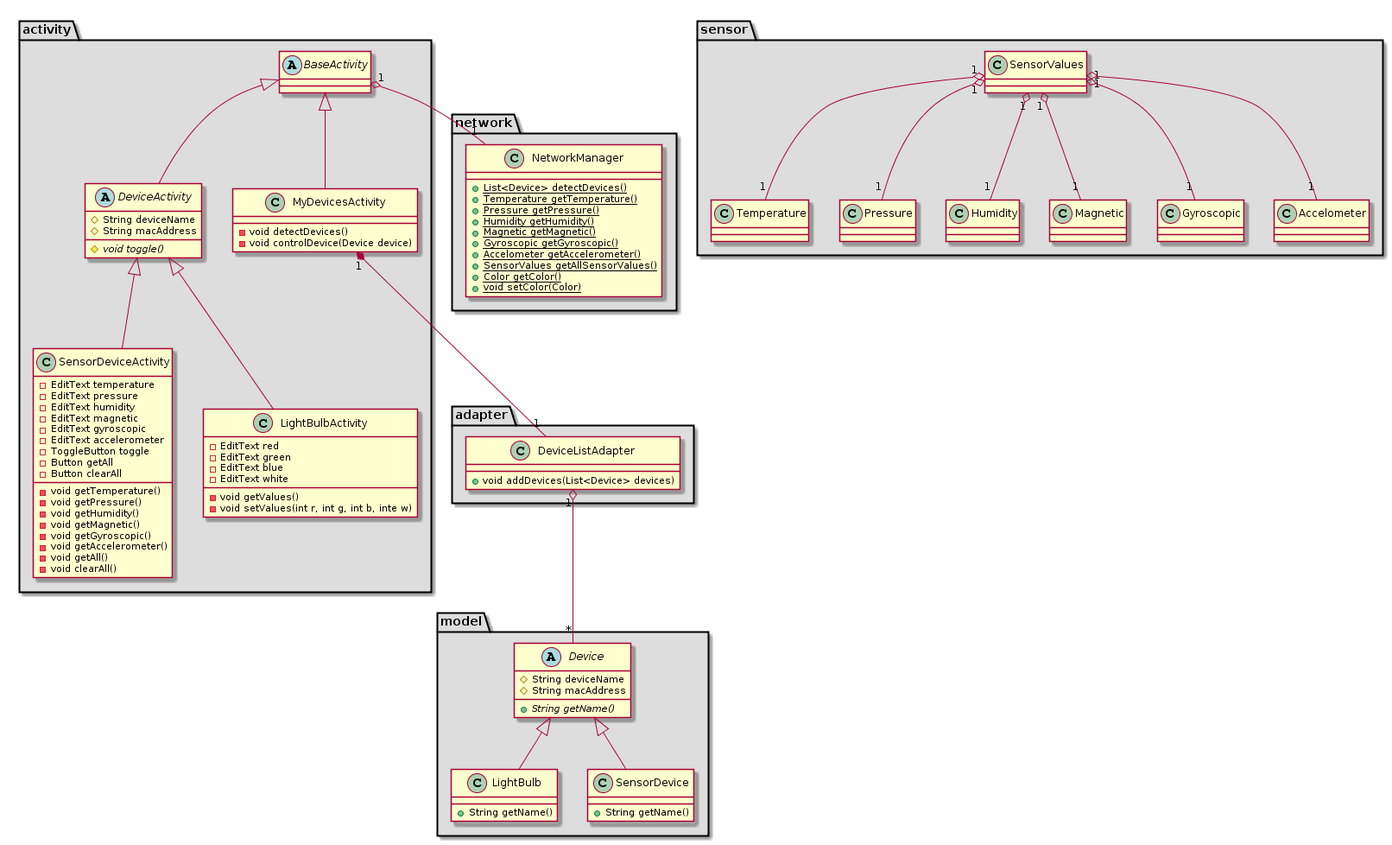
Earlier version of the PlantUML export docs/STLDD/class_diagram.png (ockka/ETSN05-Group2).
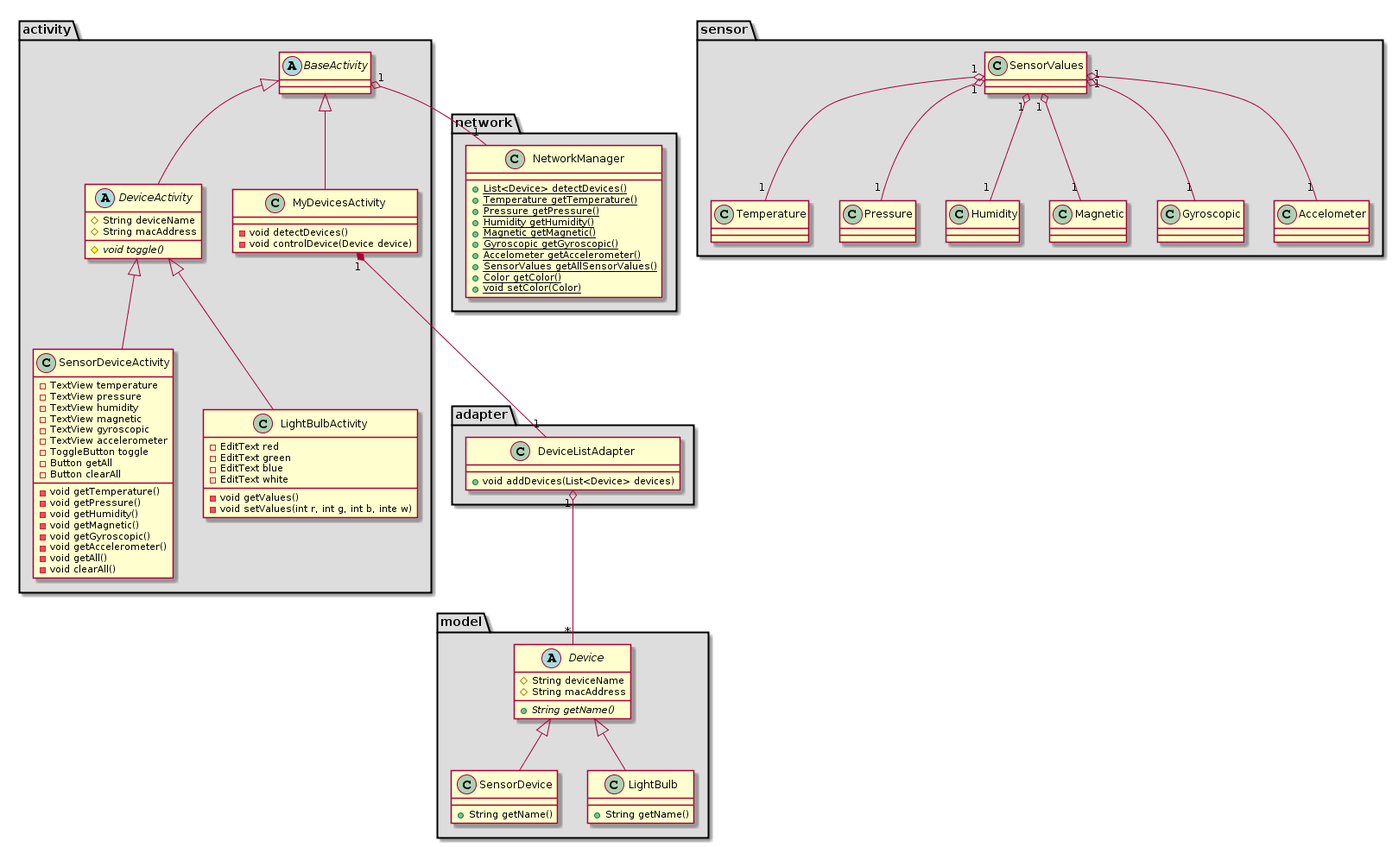
After the commit.

Commit message:
PUSS154214 v0.1: Changed EditText to TextView in SensorDeviceActivity

Diff of the diagram source:
```diff
@@ -55,12 +55,12 @@
 }
 
 class SensorDeviceActivity{
- -EditText temperature
- -EditText pressure
- -EditText humidity
- -EditText magnetic
- -EditText gyroscopic
- -EditText accelerometer
+ -TextView temperature
+ -TextView pressure
+ -TextView humidity
+ -TextView magnetic
+ -TextView gyroscopic
+ -TextView accelerometer
  -ToggleButton toggle
  -Button getAll
  -Button clearAll
```
